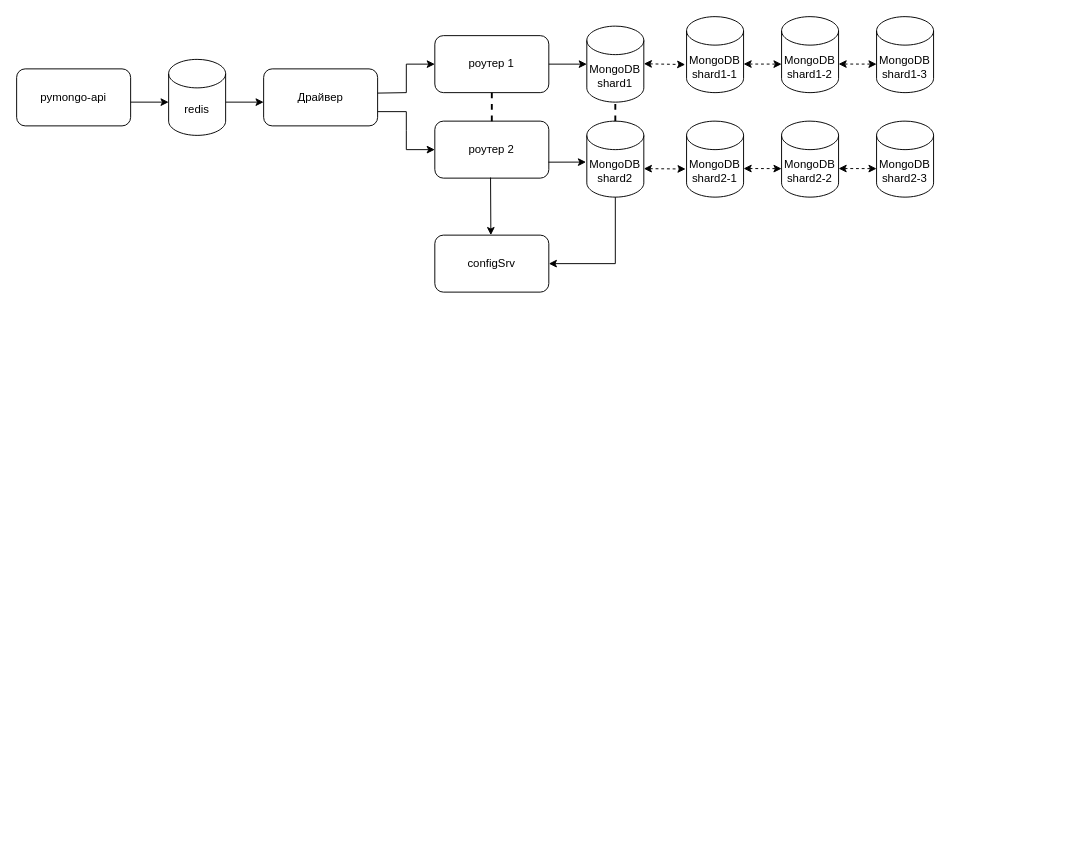
The draw.io diagram page "Задание 1. Кэширование" (4 of 6) of task1.drawio in Laborant90/architecture-sprint-2, before the edit. Source tidied: cells renumbered, new cells numbered last; positions are measured from the earlier drawing's top-left corner, leaving out a move shared by most shapes. Both pictures are drawn from the tidied source at 95%, with x=0, y=0 at pixel (16, 16).
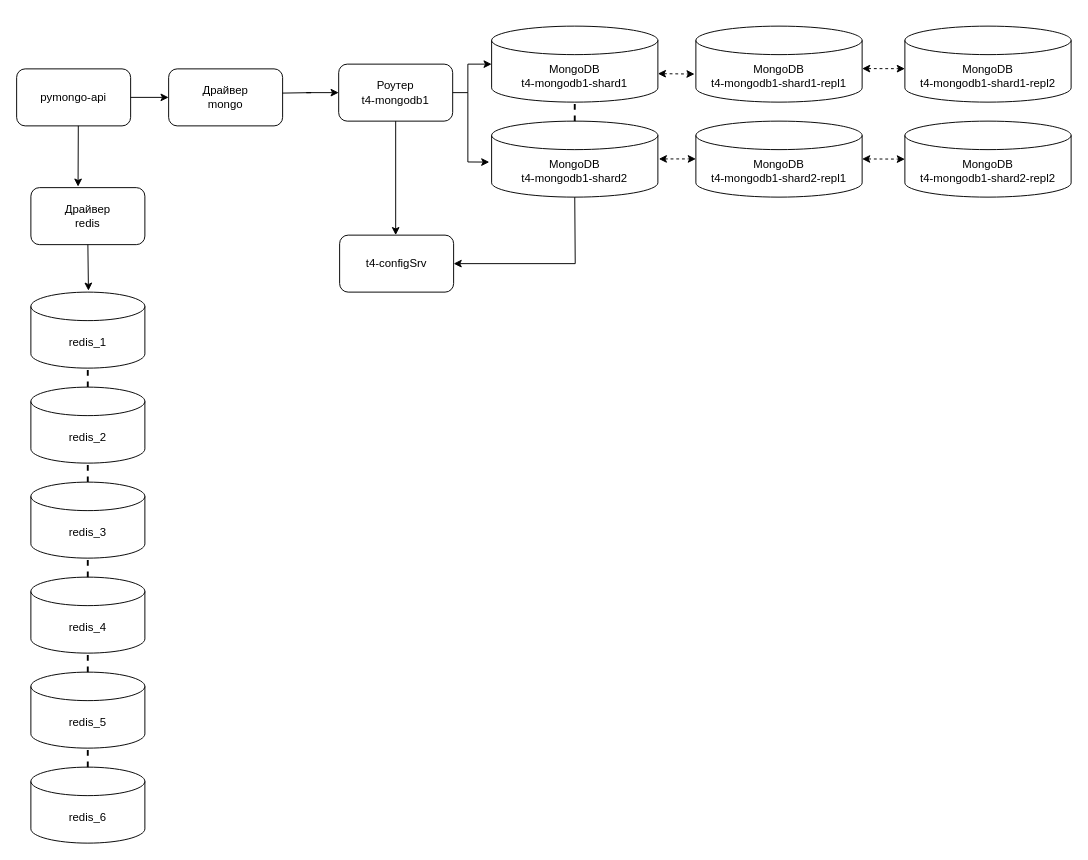
The same page after the edit.

The change refers to these unchanged cells:
```xml
<mxCell id="3" value="pymongo-api" style="rounded=1;whiteSpace=wrap;html=1;" parent="1" vertex="1">
  <mxGeometry y="55" width="120" height="60" as="geometry" />
</mxCell>
```

What changed in the source:
```diff
@@
-    <mxCell id="2" value="MongoDB&lt;div&gt;shard1&lt;/div&gt;" style="shape=cylinder3;whiteSpace=wrap;html=1;boundedLbl=1;backgroundOutline=1;size=15;" parent="1" vertex="1">
-      <mxGeometry x="600.2" y="10" width="60" height="80" as="geometry" />
-    </mxCell>
+    <mxCell id="32" value="MongoDB&lt;div&gt;t4-mongodb1-shard1&lt;/div&gt;" style="shape=cylinder3;whiteSpace=wrap;html=1;boundedLbl=1;backgroundOutline=1;size=15;" parent="1" vertex="1">
+      <mxGeometry x="500" y="10" width="175" height="80" as="geometry" />
+    </mxCell>
@@
-    <mxCell id="4" value="роутер 1" style="rounded=1;whiteSpace=wrap;html=1;" parent="1" vertex="1">
-      <mxGeometry x="440.2" y="20" width="120" height="60" as="geometry" />
-    </mxCell>
-    <mxCell id="5" value="роутер 2" style="rounded=1;whiteSpace=wrap;html=1;" parent="1" vertex="1">
-      <mxGeometry x="440.2" y="110" width="120" height="60" as="geometry" />
-    </mxCell>
-    <mxCell id="6" value="MongoDB&lt;div&gt;shard2&lt;/div&gt;" style="shape=cylinder3;whiteSpace=wrap;html=1;boundedLbl=1;backgroundOutline=1;size=15;" parent="1" vertex="1">
-      <mxGeometry x="600.2" y="110" width="60" height="80" as="geometry" />
-    </mxCell>
-    <mxCell id="7" style="endArrow=classic;html=1;rounded=0;entryX=0;entryY=0.5;entryDx=0;entryDy=0;entryPerimeter=0;exitX=1;exitY=0.5;exitDx=0;exitDy=0;" parent="1" edge="1" source="4" target="2">
-      <mxGeometry relative="1" as="geometry" />
-    </mxCell>
-    <mxCell id="8" style="endArrow=classic;html=1;rounded=0;entryX=-0.014;entryY=0.539;entryDx=0;entryDy=0;entryPerimeter=0;exitX=0.997;exitY=0.72;exitDx=0;exitDy=0;exitPerimeter=0;" parent="1" edge="1" source="5" target="6">
-      <mxGeometry relative="1" as="geometry" />
-    </mxCell>
-    <mxCell id="9" style="endArrow=classic;html=1;rounded=0;exitX=1;exitY=0.5;exitDx=0;exitDy=0;" parent="1" edge="1">
-      <mxGeometry relative="1" as="geometry">
-        <mxPoint x="220" y="90" as="sourcePoint" />
-        <mxPoint x="260" y="90" as="targetPoint" />
-      </mxGeometry>
-    </mxCell>
-    <mxCell id="10" value="Драйвер" style="rounded=1;whiteSpace=wrap;html=1;" parent="1" vertex="1">
-      <mxGeometry x="260" y="55" width="120" height="60" as="geometry" />
-    </mxCell>
-    <mxCell id="11" value="configSrv" style="rounded=1;whiteSpace=wrap;html=1;" parent="1" vertex="1">
-      <mxGeometry x="440.2" y="230" width="120" height="60" as="geometry" />
-    </mxCell>
-    <mxCell id="12" style="endArrow=none;dashed=1;html=1;strokeWidth=2;rounded=0;entryX=0.5;entryY=1;entryDx=0;entryDy=0;exitX=0.5;exitY=0;exitDx=0;exitDy=0;" parent="1" edge="1" source="5" target="4">
-      <mxGeometry relative="1" as="geometry" />
-    </mxCell>
-    <mxCell id="13" style="endArrow=classic;html=1;rounded=0;entryX=0;entryY=0.5;entryDx=0;entryDy=0;exitX=0.998;exitY=0.425;exitDx=0;exitDy=0;exitPerimeter=0;" parent="1" edge="1" target="4">
-      <mxGeometry relative="1" as="geometry">
-        <mxPoint x="380" y="80.5" as="sourcePoint" />
-        <Array as="points">
-          <mxPoint x="410.2" y="80" />
-          <mxPoint x="410.2" y="50" />
-        </Array>
-      </mxGeometry>
-    </mxCell>
-    <mxCell id="14" style="endArrow=classic;html=1;rounded=0;entryX=0;entryY=0.5;entryDx=0;entryDy=0;exitX=1;exitY=0.75;exitDx=0;exitDy=0;" parent="1" edge="1" target="5">
-      <mxGeometry relative="1" as="geometry">
-        <mxPoint x="380.2" y="100" as="sourcePoint" />
-        <Array as="points">
-          <mxPoint x="410.2" y="100" />
-          <mxPoint x="410.2" y="120" />
-          <mxPoint x="410.2" y="140" />
-        </Array>
-      </mxGeometry>
-    </mxCell>
-    <mxCell id="15" style="endArrow=classic;html=1;rounded=0;exitX=0.489;exitY=0.99;exitDx=0;exitDy=0;exitPerimeter=0;" parent="1" edge="1" source="5">
-      <mxGeometry relative="1" as="geometry">
-        <mxPoint x="499.2" y="230" as="targetPoint" />
-      </mxGeometry>
-    </mxCell>
-    <mxCell id="16" style="endArrow=none;dashed=1;html=1;strokeWidth=2;rounded=0;entryX=0.5;entryY=1;entryDx=0;entryDy=0;entryPerimeter=0;exitX=0.5;exitY=0;exitDx=0;exitDy=0;exitPerimeter=0;" parent="1" edge="1" source="6" target="2">
-      <mxGeometry relative="1" as="geometry" />
-    </mxCell>
-    <mxCell id="17" style="endArrow=classic;html=1;rounded=0;entryX=1;entryY=0.5;entryDx=0;entryDy=0;exitX=0.5;exitY=1;exitDx=0;exitDy=0;exitPerimeter=0;" parent="1" edge="1" source="6" target="11">
-      <mxGeometry relative="1" as="geometry">
-        <Array as="points">
-          <mxPoint x="630.2" y="260" />
-        </Array>
-      </mxGeometry>
-    </mxCell>
-    <mxCell id="18" value="MongoDB&lt;div&gt;shard1-1&lt;/div&gt;" style="shape=cylinder3;whiteSpace=wrap;html=1;boundedLbl=1;backgroundOutline=1;size=15;" parent="1" vertex="1">
-      <mxGeometry x="705.2" width="60" height="80" as="geometry" />
-    </mxCell>
-    <mxCell id="19" value="MongoDB&lt;div&gt;shard1-2&lt;/div&gt;" style="shape=cylinder3;whiteSpace=wrap;html=1;boundedLbl=1;backgroundOutline=1;size=15;" parent="1" vertex="1">
-      <mxGeometry x="805.2" width="60" height="80" as="geometry" />
-    </mxCell>
-    <mxCell id="20" value="MongoDB&lt;div&gt;shard1-3&lt;/div&gt;" style="shape=cylinder3;whiteSpace=wrap;html=1;boundedLbl=1;backgroundOutline=1;size=15;" parent="1" vertex="1">
-      <mxGeometry x="905.2" width="60" height="80" as="geometry" />
-    </mxCell>
-    <mxCell id="21" style="endArrow=classic;startArrow=classic;html=1;rounded=0;entryX=-0.024;entryY=0.631;entryDx=0;entryDy=0;entryPerimeter=0;dashed=1;" parent="1" edge="1" target="18">
-      <mxGeometry relative="1" as="geometry">
-        <mxPoint x="660.2" y="49.6" as="sourcePoint" />
-      </mxGeometry>
-    </mxCell>
-    <mxCell id="22" style="endArrow=classic;startArrow=classic;html=1;rounded=0;exitX=1.004;exitY=0.531;exitDx=0;exitDy=0;exitPerimeter=0;dashed=1;entryX=0;entryY=0.625;entryDx=0;entryDy=0;entryPerimeter=0;" parent="1" edge="1" target="19">
-      <mxGeometry relative="1" as="geometry">
-        <mxPoint x="765.2" y="49.9" as="sourcePoint" />
-      </mxGeometry>
-    </mxCell>
-    <mxCell id="23" style="endArrow=classic;startArrow=classic;html=1;rounded=0;exitX=1.004;exitY=0.531;exitDx=0;exitDy=0;exitPerimeter=0;dashed=1;entryX=0;entryY=0.625;entryDx=0;entryDy=0;entryPerimeter=0;" parent="1" edge="1">
-      <mxGeometry relative="1" as="geometry">
-        <mxPoint x="865.2" y="49.9" as="sourcePoint" />
-        <mxPoint x="905.2" y="50" as="targetPoint" />
-      </mxGeometry>
-    </mxCell>
-    <mxCell id="24" value="MongoDB&lt;div&gt;shard2-1&lt;/div&gt;" style="shape=cylinder3;whiteSpace=wrap;html=1;boundedLbl=1;backgroundOutline=1;size=15;" parent="1" vertex="1">
-      <mxGeometry x="705.2" y="110" width="60" height="80" as="geometry" />
-    </mxCell>
-    <mxCell id="25" value="MongoDB&lt;div&gt;shard2-2&lt;/div&gt;" style="shape=cylinder3;whiteSpace=wrap;html=1;boundedLbl=1;backgroundOutline=1;size=15;" parent="1" vertex="1">
-      <mxGeometry x="805.2" y="110" width="60" height="80" as="geometry" />
-    </mxCell>
-    <mxCell id="26" value="MongoDB&lt;div&gt;shard2-3&lt;/div&gt;" style="shape=cylinder3;whiteSpace=wrap;html=1;boundedLbl=1;backgroundOutline=1;size=15;" parent="1" vertex="1">
-      <mxGeometry x="905.2" y="110" width="60" height="80" as="geometry" />
-    </mxCell>
-    <mxCell id="27" style="endArrow=classic;startArrow=classic;html=1;rounded=0;exitX=1.004;exitY=0.531;exitDx=0;exitDy=0;exitPerimeter=0;dashed=1;entryX=0;entryY=0.625;entryDx=0;entryDy=0;entryPerimeter=0;" parent="1" edge="1" target="25">
-      <mxGeometry relative="1" as="geometry">
-        <mxPoint x="765.2" y="159.9" as="sourcePoint" />
-      </mxGeometry>
-    </mxCell>
-    <mxCell id="28" style="endArrow=classic;startArrow=classic;html=1;rounded=0;exitX=1.004;exitY=0.531;exitDx=0;exitDy=0;exitPerimeter=0;dashed=1;entryX=0;entryY=0.625;entryDx=0;entryDy=0;entryPerimeter=0;" parent="1" edge="1">
-      <mxGeometry relative="1" as="geometry">
-        <mxPoint x="865.2" y="159.9" as="sourcePoint" />
-        <mxPoint x="905.2" y="160" as="targetPoint" />
-      </mxGeometry>
-    </mxCell>
-    <mxCell id="29" style="endArrow=classic;startArrow=classic;html=1;rounded=0;entryX=-0.024;entryY=0.631;entryDx=0;entryDy=0;entryPerimeter=0;dashed=1;" parent="1" edge="1">
-      <mxGeometry relative="1" as="geometry">
-        <mxPoint x="660.2" y="160" as="sourcePoint" />
-        <mxPoint x="704.2" y="160.4" as="targetPoint" />
-      </mxGeometry>
-    </mxCell>
-    <mxCell id="30" value="redis" style="shape=cylinder3;whiteSpace=wrap;html=1;boundedLbl=1;backgroundOutline=1;size=15;" parent="1" vertex="1">
-      <mxGeometry x="160" y="45" width="60" height="80" as="geometry" />
-    </mxCell>
-    <mxCell id="31" style="endArrow=classic;html=1;rounded=0;exitX=1;exitY=0.5;exitDx=0;exitDy=0;" parent="1" edge="1">
-      <mxGeometry relative="1" as="geometry">
-        <mxPoint x="120" y="90" as="sourcePoint" />
-        <mxPoint x="160" y="90" as="targetPoint" />
-      </mxGeometry>
-    </mxCell>
+    <mxCell id="33" value="Роутер&lt;div&gt;t4-mongodb1&lt;/div&gt;" style="rounded=1;whiteSpace=wrap;html=1;" parent="1" vertex="1">
+      <mxGeometry x="339" y="50" width="120" height="60" as="geometry" />
+    </mxCell>
+    <mxCell id="34" value="MongoDB&lt;div&gt;t4-mongodb1-shard2&lt;/div&gt;" style="shape=cylinder3;whiteSpace=wrap;html=1;boundedLbl=1;backgroundOutline=1;size=15;" parent="1" vertex="1">
+      <mxGeometry x="500" y="110" width="175" height="80" as="geometry" />
+    </mxCell>
+    <mxCell id="35" style="endArrow=classic;html=1;rounded=0;entryX=0;entryY=0.5;entryDx=0;entryDy=0;entryPerimeter=0;exitX=1;exitY=0.5;exitDx=0;exitDy=0;" parent="1" edge="1" source="33" target="32">
+      <mxGeometry relative="1" as="geometry">
+        <Array as="points">
+          <mxPoint x="475" y="80" />
+          <mxPoint x="475" y="50" />
+        </Array>
+      </mxGeometry>
+    </mxCell>
+    <mxCell id="36" style="endArrow=classic;html=1;rounded=0;entryX=-0.014;entryY=0.539;entryDx=0;entryDy=0;entryPerimeter=0;" parent="1" edge="1" target="34">
+      <mxGeometry relative="1" as="geometry">
+        <mxPoint x="475" y="80" as="sourcePoint" />
+        <Array as="points">
+          <mxPoint x="475" y="153" />
+        </Array>
+      </mxGeometry>
+    </mxCell>
+    <mxCell id="37" style="endArrow=classic;html=1;rounded=0;exitX=1;exitY=0.5;exitDx=0;exitDy=0;" parent="1" edge="1" source="3">
+      <mxGeometry relative="1" as="geometry">
+        <mxPoint x="160" y="85" as="targetPoint" />
+      </mxGeometry>
+    </mxCell>
+    <mxCell id="38" value="Драйвер&lt;div&gt;mongo&lt;/div&gt;" style="rounded=1;whiteSpace=wrap;html=1;" parent="1" vertex="1">
+      <mxGeometry x="160" y="55" width="120" height="60" as="geometry" />
+    </mxCell>
+    <mxCell id="39" value="t4-configSrv" style="rounded=1;whiteSpace=wrap;html=1;" parent="1" vertex="1">
+      <mxGeometry x="340" y="230" width="120" height="60" as="geometry" />
+    </mxCell>
+    <mxCell id="40" style="endArrow=classic;html=1;rounded=0;entryX=0;entryY=0.5;entryDx=0;entryDy=0;exitX=0.998;exitY=0.425;exitDx=0;exitDy=0;exitPerimeter=0;" parent="1" edge="1" source="38" target="33">
+      <mxGeometry relative="1" as="geometry">
+        <Array as="points">
+          <mxPoint x="310" y="80" />
+          <mxPoint x="305" y="80" />
+        </Array>
+      </mxGeometry>
+    </mxCell>
+    <mxCell id="41" style="endArrow=classic;html=1;rounded=0;exitX=0.5;exitY=1;exitDx=0;exitDy=0;" parent="1" edge="1" source="33">
+      <mxGeometry relative="1" as="geometry">
+        <mxPoint x="399" y="230" as="targetPoint" />
+      </mxGeometry>
+    </mxCell>
+    <mxCell id="42" style="endArrow=none;dashed=1;html=1;strokeWidth=2;rounded=0;entryX=0.5;entryY=1;entryDx=0;entryDy=0;entryPerimeter=0;exitX=0.5;exitY=0;exitDx=0;exitDy=0;exitPerimeter=0;" parent="1" edge="1" source="34" target="32">
+      <mxGeometry relative="1" as="geometry" />
+    </mxCell>
+    <mxCell id="43" style="endArrow=classic;html=1;rounded=0;entryX=1;entryY=0.5;entryDx=0;entryDy=0;exitX=0.5;exitY=1;exitDx=0;exitDy=0;exitPerimeter=0;" parent="1" edge="1" source="34" target="39">
+      <mxGeometry relative="1" as="geometry">
+        <Array as="points">
+          <mxPoint x="588" y="260" />
+        </Array>
+      </mxGeometry>
+    </mxCell>
+    <mxCell id="44" style="endArrow=classic;startArrow=classic;html=1;rounded=0;entryX=-0.008;entryY=0.631;entryDx=0;entryDy=0;entryPerimeter=0;dashed=1;" parent="1" edge="1" target="45">
+      <mxGeometry relative="1" as="geometry">
+        <mxPoint x="675" y="60" as="sourcePoint" />
+      </mxGeometry>
+    </mxCell>
+    <mxCell id="45" value="MongoDB&lt;div&gt;t4-mongodb1-shard1-repl1&lt;/div&gt;" style="shape=cylinder3;whiteSpace=wrap;html=1;boundedLbl=1;backgroundOutline=1;size=15;" parent="1" vertex="1">
+      <mxGeometry x="715" y="10" width="175" height="80" as="geometry" />
+    </mxCell>
+    <mxCell id="46" value="MongoDB&lt;div&gt;t4-mongodb1-shard1-repl2&lt;/div&gt;" style="shape=cylinder3;whiteSpace=wrap;html=1;boundedLbl=1;backgroundOutline=1;size=15;" parent="1" vertex="1">
+      <mxGeometry x="935" y="10" width="175" height="80" as="geometry" />
+    </mxCell>
+    <mxCell id="47" value="MongoDB&lt;div&gt;t4-mongodb1-shard2-repl1&lt;/div&gt;" style="shape=cylinder3;whiteSpace=wrap;html=1;boundedLbl=1;backgroundOutline=1;size=15;" parent="1" vertex="1">
+      <mxGeometry x="715" y="110" width="175" height="80" as="geometry" />
+    </mxCell>
+    <mxCell id="48" value="MongoDB&lt;div&gt;t4-mongodb1-shard2-repl2&lt;/div&gt;" style="shape=cylinder3;whiteSpace=wrap;html=1;boundedLbl=1;backgroundOutline=1;size=15;" parent="1" vertex="1">
+      <mxGeometry x="935" y="110" width="175" height="80" as="geometry" />
+    </mxCell>
+    <mxCell id="49" style="endArrow=classic;startArrow=classic;html=1;rounded=0;entryX=-0.008;entryY=0.631;entryDx=0;entryDy=0;entryPerimeter=0;dashed=1;" parent="1" edge="1">
+      <mxGeometry relative="1" as="geometry">
+        <mxPoint x="676" y="149.8" as="sourcePoint" />
+        <mxPoint x="715" y="149.8" as="targetPoint" />
+      </mxGeometry>
+    </mxCell>
+    <mxCell id="50" style="endArrow=classic;startArrow=classic;html=1;rounded=0;entryX=0;entryY=0.5;entryDx=0;entryDy=0;entryPerimeter=0;dashed=1;" parent="1" edge="1" target="48">
+      <mxGeometry relative="1" as="geometry">
+        <mxPoint x="890" y="149.8" as="sourcePoint" />
+      </mxGeometry>
+    </mxCell>
+    <mxCell id="51" style="endArrow=classic;startArrow=classic;html=1;rounded=0;entryX=0;entryY=0.5;entryDx=0;entryDy=0;entryPerimeter=0;dashed=1;" parent="1" edge="1">
+      <mxGeometry relative="1" as="geometry">
+        <mxPoint x="890" y="54.7" as="sourcePoint" />
+        <mxPoint x="935" y="54.8" as="targetPoint" />
+      </mxGeometry>
+    </mxCell>
+    <mxCell id="52" value="redis_1" style="shape=cylinder3;whiteSpace=wrap;html=1;boundedLbl=1;backgroundOutline=1;size=15;" parent="1" vertex="1">
+      <mxGeometry x="15" y="290" width="120" height="80" as="geometry" />
+    </mxCell>
+    <mxCell id="53" value="redis_2" style="shape=cylinder3;whiteSpace=wrap;html=1;boundedLbl=1;backgroundOutline=1;size=15;" parent="1" vertex="1">
+      <mxGeometry x="15" y="390" width="120" height="80" as="geometry" />
+    </mxCell>
+    <mxCell id="54" value="redis_3" style="shape=cylinder3;whiteSpace=wrap;html=1;boundedLbl=1;backgroundOutline=1;size=15;" parent="1" vertex="1">
+      <mxGeometry x="15" y="490" width="120" height="80" as="geometry" />
+    </mxCell>
+    <mxCell id="55" value="redis_4" style="shape=cylinder3;whiteSpace=wrap;html=1;boundedLbl=1;backgroundOutline=1;size=15;" parent="1" vertex="1">
+      <mxGeometry x="15" y="590" width="120" height="80" as="geometry" />
+    </mxCell>
+    <mxCell id="56" value="redis_5" style="shape=cylinder3;whiteSpace=wrap;html=1;boundedLbl=1;backgroundOutline=1;size=15;" parent="1" vertex="1">
+      <mxGeometry x="15" y="690" width="120" height="80" as="geometry" />
+    </mxCell>
+    <mxCell id="57" value="redis_6" style="shape=cylinder3;whiteSpace=wrap;html=1;boundedLbl=1;backgroundOutline=1;size=15;" parent="1" vertex="1">
+      <mxGeometry x="15" y="790" width="120" height="80" as="geometry" />
+    </mxCell>
+    <mxCell id="58" value="Драйвер&lt;div&gt;redis&lt;/div&gt;" style="rounded=1;whiteSpace=wrap;html=1;" parent="1" vertex="1">
+      <mxGeometry x="15" y="180" width="120" height="60" as="geometry" />
+    </mxCell>
+    <mxCell id="59" style="endArrow=classic;html=1;rounded=0;exitX=0.541;exitY=1;exitDx=0;exitDy=0;exitPerimeter=0;entryX=0.414;entryY=-0.017;entryDx=0;entryDy=0;entryPerimeter=0;" parent="1" edge="1" source="3" target="58">
+      <mxGeometry relative="1" as="geometry" />
+    </mxCell>
+    <mxCell id="60" style="endArrow=classic;html=1;rounded=0;exitX=0.5;exitY=1;exitDx=0;exitDy=0;entryX=0.505;entryY=-0.019;entryDx=0;entryDy=0;entryPerimeter=0;" parent="1" edge="1" source="58" target="52">
+      <mxGeometry relative="1" as="geometry" />
+    </mxCell>
+    <mxCell id="61" style="endArrow=none;dashed=1;html=1;strokeWidth=2;rounded=0;entryX=0.5;entryY=1;entryDx=0;entryDy=0;entryPerimeter=0;exitX=0.5;exitY=0;exitDx=0;exitDy=0;exitPerimeter=0;" parent="1" edge="1">
+      <mxGeometry relative="1" as="geometry">
+        <mxPoint x="74.9" y="390" as="sourcePoint" />
+        <mxPoint x="74.9" y="370" as="targetPoint" />
+      </mxGeometry>
+    </mxCell>
+    <mxCell id="62" style="endArrow=none;dashed=1;html=1;strokeWidth=2;rounded=0;entryX=0.5;entryY=1;entryDx=0;entryDy=0;entryPerimeter=0;exitX=0.5;exitY=0;exitDx=0;exitDy=0;exitPerimeter=0;" parent="1" edge="1">
+      <mxGeometry relative="1" as="geometry">
+        <mxPoint x="74.9" y="490" as="sourcePoint" />
+        <mxPoint x="74.9" y="470" as="targetPoint" />
+      </mxGeometry>
+    </mxCell>
+    <mxCell id="63" style="endArrow=none;dashed=1;html=1;strokeWidth=2;rounded=0;entryX=0.5;entryY=1;entryDx=0;entryDy=0;entryPerimeter=0;exitX=0.5;exitY=0;exitDx=0;exitDy=0;exitPerimeter=0;" parent="1" edge="1">
+      <mxGeometry relative="1" as="geometry">
+        <mxPoint x="74.9" y="590" as="sourcePoint" />
+        <mxPoint x="74.9" y="570" as="targetPoint" />
+      </mxGeometry>
+    </mxCell>
+    <mxCell id="64" style="endArrow=none;dashed=1;html=1;strokeWidth=2;rounded=0;entryX=0.5;entryY=1;entryDx=0;entryDy=0;entryPerimeter=0;exitX=0.5;exitY=0;exitDx=0;exitDy=0;exitPerimeter=0;" parent="1" edge="1">
+      <mxGeometry relative="1" as="geometry">
+        <mxPoint x="74.9" y="690" as="sourcePoint" />
+        <mxPoint x="74.9" y="670" as="targetPoint" />
+      </mxGeometry>
+    </mxCell>
+    <mxCell id="65" style="endArrow=none;dashed=1;html=1;strokeWidth=2;rounded=0;entryX=0.5;entryY=1;entryDx=0;entryDy=0;entryPerimeter=0;exitX=0.5;exitY=0;exitDx=0;exitDy=0;exitPerimeter=0;" parent="1" edge="1">
+      <mxGeometry relative="1" as="geometry">
+        <mxPoint x="74.9" y="790" as="sourcePoint" />
+        <mxPoint x="74.9" y="770" as="targetPoint" />
+      </mxGeometry>
+    </mxCell>
```
